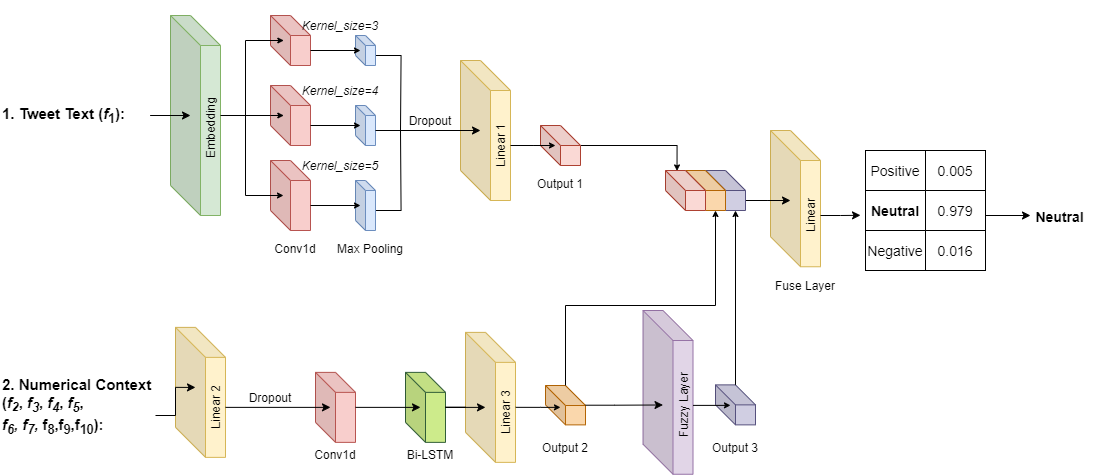
Above: model_structure.png in 123fangyang/FDHN (draw.io), before the change. Source tidied: cells renumbered, new cells last; positions are measured from the earlier drawing's top-left corner, leaving out a move shared by most shapes.
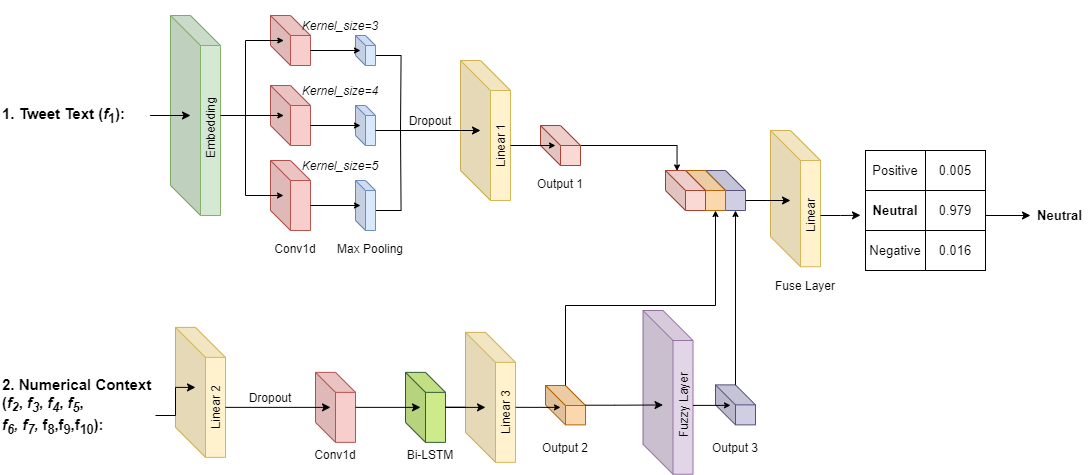
Above is the later version.

What changed in the source:
```diff
@@ -230,34 +230,34 @@
         </Array>
       </mxGeometry>
     </mxCell>
-    <mxCell id="65" style="shape=table;startSize=0;" parent="1" vertex="1">
+    <mxCell id="65" style="shape=table;startSize=0;fontSize=13;" parent="1" vertex="1">
       <mxGeometry x="865" y="150" width="120" height="120" as="geometry" />
     </mxCell>
     <mxCell id="66" style="shape=tableRow;horizontal=0;startSize=0;swimlaneHead=0;swimlaneBody=0;strokeColor=inherit;top=0;left=0;bottom=0;right=0;fillColor=none;" parent="65" vertex="1">
       <mxGeometry width="120" height="40" as="geometry" />
     </mxCell>
-    <mxCell id="67" value="&lt;font style=&quot;font-size: 14px;&quot;&gt;Positive&lt;/font&gt;" style="shape=partialRectangle;html=1;whiteSpace=wrap;strokeColor=inherit;overflow=hidden;fillColor=none;top=0;left=0;bottom=0;right=0;" parent="66" vertex="1">
+    <mxCell id="67" value="Positive" style="shape=partialRectangle;html=1;whiteSpace=wrap;strokeColor=inherit;overflow=hidden;fillColor=none;top=0;left=0;bottom=0;right=0;fontSize=13;" parent="66" vertex="1">
       <mxGeometry width="60" height="40" as="geometry" />
     </mxCell>
-    <mxCell id="68" value="0.005" style="shape=partialRectangle;html=1;whiteSpace=wrap;strokeColor=inherit;overflow=hidden;fillColor=none;top=0;left=0;bottom=0;right=0;fontSize=14;" parent="66" vertex="1">
+    <mxCell id="68" value="0.005" style="shape=partialRectangle;html=1;whiteSpace=wrap;strokeColor=inherit;overflow=hidden;fillColor=none;top=0;left=0;bottom=0;right=0;fontSize=13;" parent="66" vertex="1">
       <mxGeometry x="60" width="60" height="40" as="geometry" />
     </mxCell>
     <mxCell id="69" style="shape=tableRow;horizontal=0;startSize=0;swimlaneHead=0;swimlaneBody=0;strokeColor=inherit;top=0;left=0;bottom=0;right=0;fillColor=none;" parent="65" vertex="1">
       <mxGeometry y="40" width="120" height="40" as="geometry" />
     </mxCell>
-    <mxCell id="70" value="&lt;b style=&quot;font-size: 14px;&quot;&gt;Neutral&lt;/b&gt;" style="shape=partialRectangle;html=1;whiteSpace=wrap;strokeColor=inherit;overflow=hidden;fillColor=none;top=0;left=0;bottom=0;right=0;fontSize=14;" parent="69" vertex="1">
+    <mxCell id="70" value="&lt;b style=&quot;font-size: 13px;&quot;&gt;Neutral&lt;/b&gt;" style="shape=partialRectangle;html=1;whiteSpace=wrap;strokeColor=inherit;overflow=hidden;fillColor=none;top=0;left=0;bottom=0;right=0;fontSize=13;" parent="69" vertex="1">
       <mxGeometry width="60" height="40" as="geometry" />
     </mxCell>
-    <mxCell id="71" value="0.979" style="shape=partialRectangle;html=1;whiteSpace=wrap;strokeColor=inherit;overflow=hidden;fillColor=none;top=0;left=0;bottom=0;right=0;fontSize=14;" parent="69" vertex="1">
+    <mxCell id="71" value="0.979" style="shape=partialRectangle;html=1;whiteSpace=wrap;strokeColor=inherit;overflow=hidden;fillColor=none;top=0;left=0;bottom=0;right=0;fontSize=13;" parent="69" vertex="1">
       <mxGeometry x="60" width="60" height="40" as="geometry" />
     </mxCell>
     <mxCell id="72" style="shape=tableRow;horizontal=0;startSize=0;swimlaneHead=0;swimlaneBody=0;strokeColor=inherit;top=0;left=0;bottom=0;right=0;fillColor=none;" parent="65" vertex="1">
       <mxGeometry y="80" width="120" height="40" as="geometry" />
     </mxCell>
-    <mxCell id="73" value="Negative" style="shape=partialRectangle;html=1;whiteSpace=wrap;strokeColor=inherit;overflow=hidden;fillColor=none;top=0;left=0;bottom=0;right=0;fontSize=14;" parent="72" vertex="1">
+    <mxCell id="73" value="Negative" style="shape=partialRectangle;html=1;whiteSpace=wrap;strokeColor=inherit;overflow=hidden;fillColor=none;top=0;left=0;bottom=0;right=0;fontSize=13;" parent="72" vertex="1">
       <mxGeometry width="60" height="40" as="geometry" />
     </mxCell>
-    <mxCell id="74" value="0.016" style="shape=partialRectangle;html=1;whiteSpace=wrap;strokeColor=inherit;overflow=hidden;fillColor=none;top=0;left=0;bottom=0;right=0;fontSize=14;" parent="72" vertex="1">
+    <mxCell id="74" value="0.016" style="shape=partialRectangle;html=1;whiteSpace=wrap;strokeColor=inherit;overflow=hidden;fillColor=none;top=0;left=0;bottom=0;right=0;fontSize=13;" parent="72" vertex="1">
       <mxGeometry x="60" width="60" height="40" as="geometry" />
     </mxCell>
     <mxCell id="75" style="edgeStyle=none;orthogonalLoop=1;jettySize=auto;html=1;rounded=0;elbow=vertical;" parent="1" edge="1">
@@ -266,8 +266,8 @@
         <mxPoint x="1030" y="215" as="targetPoint" />
       </mxGeometry>
     </mxCell>
-    <mxCell id="76" value="&lt;b style=&quot;font-size: 14px;&quot;&gt;Neutral&lt;/b&gt;" style="text;html=1;align=center;verticalAlign=middle;strokeColor=none;fillColor=none;fontSize=14;" parent="1" vertex="1">
-      <mxGeometry x="1024" y="198" width="70" height="35" as="geometry" />
+    <mxCell id="76" value="&lt;b style=&quot;font-size: 13px;&quot;&gt;Neutral&lt;/b&gt;" style="text;html=1;align=center;verticalAlign=middle;strokeColor=none;fillColor=none;fontSize=13;" parent="1" vertex="1">
+      <mxGeometry x="1026" y="200" width="65" height="30" as="geometry" />
     </mxCell>
   </root>
 </mxGraphModel>
```
